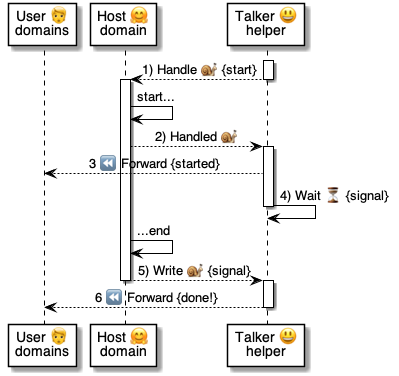
pollyweb-org/pollyweb-docs keeps this PlantUML diagram as 5 ⏩ Flows/49 ☁️⏩Hosters/.📎 Assets/Wait.png. Above is the earlier version. Its source is kept beside it as 5 ⏩ Flows/49 ☁️⏩Hosters/.📎 Assets/Wait.puml.
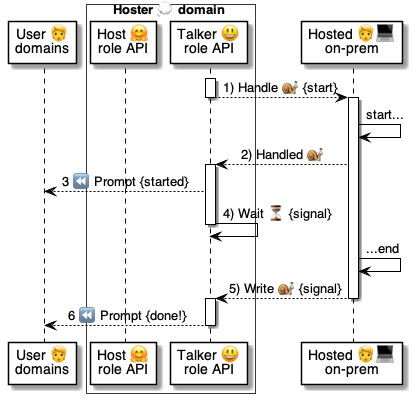
Later version of the same file.

The edit, as a diff of the source:
```diff
@@ -1,30 +1,32 @@
 @startuml Wait
 
 participant "User 🧑\ndomains" as user
-participant "Host 🤗\ndomain" as host
-participant "Talker 😃\nhelper" as talker
-
+box Hoster 💭 domain #FFFFFA
+    participant "Host 🤗\nrole API" as host
+    participant "Talker 😃\nrole API" as talker
+end box
+participant "Hosted 🧑‍💻\non-prem" as hosted
 
 
 activate talker
-    talker --> host: 1) Handle 🐌 {start}
+    talker --> hosted: 1) Handle 🐌 {start}
 deactivate talker
 
-activate host
-    host -> host: start...
-    host --> talker: 2) Handled 🐌
+activate hosted
+    hosted -> hosted: start...
+    hosted --> talker: 2) Handled 🐌
 
     activate talker
-        talker --> user: 3 ⏪ Forward {started}
+        talker --> user: 3 ⏪ Prompt {started}
         talker -> talker: 4) Wait ⏳ {signal}
     deactivate talker
 
-    host -> host: ...end
-    host --> talker: 5) Write 🐌 {signal}
-deactivate host
+    hosted -> hosted: ...end
+    hosted --> talker: 5) Write 🐌 {signal}
+deactivate hosted
 
 activate talker
-    talker --> user: 6 ⏪ Forward {done!}
+    talker --> user: 6 ⏪ Prompt {done!}
 deactivate talker
 
 @enduml
```
